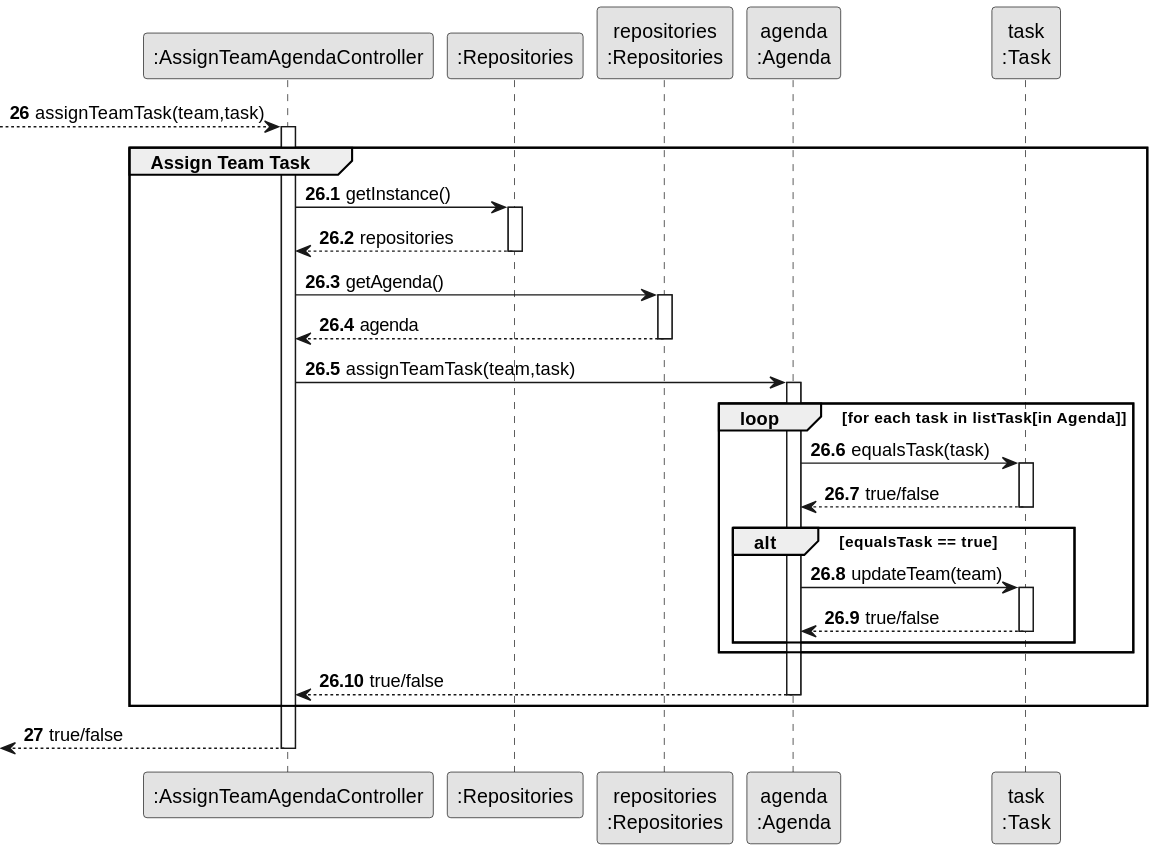
Departamento-de-Engenharia-Informatica/lei-24-s2-1db-g022 keeps this PlantUML diagram as docs/sprint3/us23/03.design/svg/us23-partial-sequence-diagram-assign-team.svg. Above is the earlier version. Its diagram source:
```plantuml
@startuml
skinparam monochrome true
skinparam packageStyle rectangle
skinparam shadowing false

participant ":AssignTeamAgendaController" as CTRL
participant ":Repositories" as RepositorySingleton
participant "repositories\n:Repositories" as PLAT
participant "agenda\n:Agenda" as AGENDA
participant "task\n:Task" as TASK

autonumber 26

--> CTRL : assignTeamTask(team,task)

autonumber 26.1

activate CTRL

group Assign Team Task

CTRL -> RepositorySingleton : getInstance()

activate RepositorySingleton

RepositorySingleton --> CTRL : repositories

deactivate RepositorySingleton

CTRL -> PLAT : getAgenda()

activate PLAT

PLAT --> CTRL: agenda

deactivate PLAT

CTRL -> AGENDA : assignTeamTask(team,task)

activate AGENDA

loop for each task in listTask[in Agenda]

AGENDA -> TASK : equalsTask(task)

activate TASK

TASK --> AGENDA : true/false

deactivate TASK

alt equalsTask == true

AGENDA -> TASK : updateTeam(team)

activate TASK

TASK --> AGENDA : true/false

deactivate TASK

end

end

AGENDA --> CTRL : true/false

deactivate AGENDA

end

autonumber 27

<--CTRL : true/false

deactivate CTRL
@enduml
```
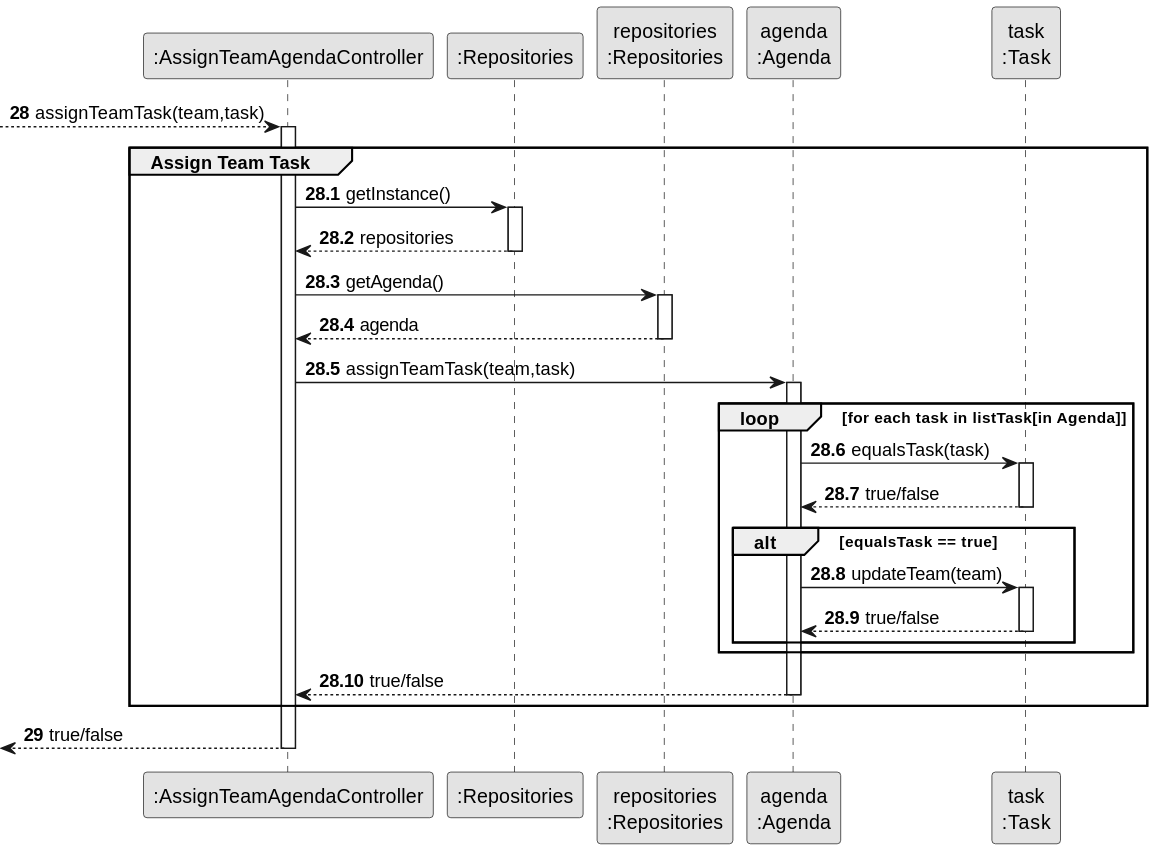
The same file after the commit.

Diff of the diagram source:
```diff
@@ -9,11 +9,11 @@
 participant "agenda\n:Agenda" as AGENDA
 participant "task\n:Task" as TASK
 
-autonumber 26
+autonumber 28
 
 --> CTRL : assignTeamTask(team,task)
 
-autonumber 26.1
+autonumber 28.1
 
 activate CTRL
 
@@ -69,7 +69,7 @@
 
 end
 
-autonumber 27
+autonumber 29
 
 <--CTRL : true/false
 
```
